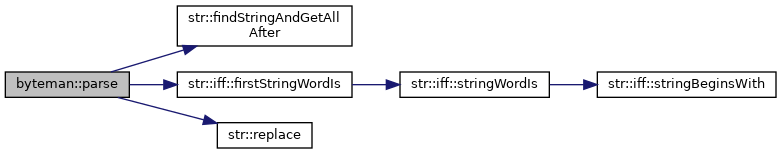
FPGA-Research-Manchester/byteman keeps this Graphviz diagram as classbyteman_a0ce0e992678e3f8b51cc5e01cea14ddb_cgraph.png. Above is the earlier version. Its source is kept beside it as classbyteman_a0ce0e992678e3f8b51cc5e01cea14ddb_cgraph.dot.
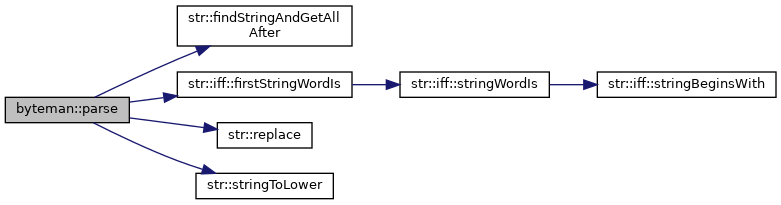
Later version of the same file.

The edit, as a diff of the source:
```diff
@@ -14,4 +14,6 @@
   Node5 [label="str::iff::stringBeginsWith",height=0.2,width=0.4,color="black", fillcolor="white", style="filled",URL="$namespacestr_1_1iff.html#a6d3613fc3d6e8d86b3041d6d225aa6b6",tooltip="Returns true if string checkedString's first characters match fully any of strings nextString or rest..."];
   Node1 -> Node6 [color="midnightblue",fontsize="10",style="solid",fontname="Helvetica"];
   Node6 [label="str::replace",height=0.2,width=0.4,color="black", fillcolor="white", style="filled",URL="$namespacestr.html#ac23568893d7dd0123ecfc9105c9f3a69",tooltip="Replaces all instances of oldChar in string str with newChar and returns the resulting string."];
+  Node1 -> Node7 [color="midnightblue",fontsize="10",style="solid",fontname="Helvetica"];
+  Node7 [label="str::stringToLower",height=0.2,width=0.4,color="black", fillcolor="white", style="filled",URL="$namespacestr.html#a105c2a28a97e18e146cd18c000d2ecf5",tooltip="Replaces all uppercase characters in str with lowercase and returns the resulting string."];
 }
```
